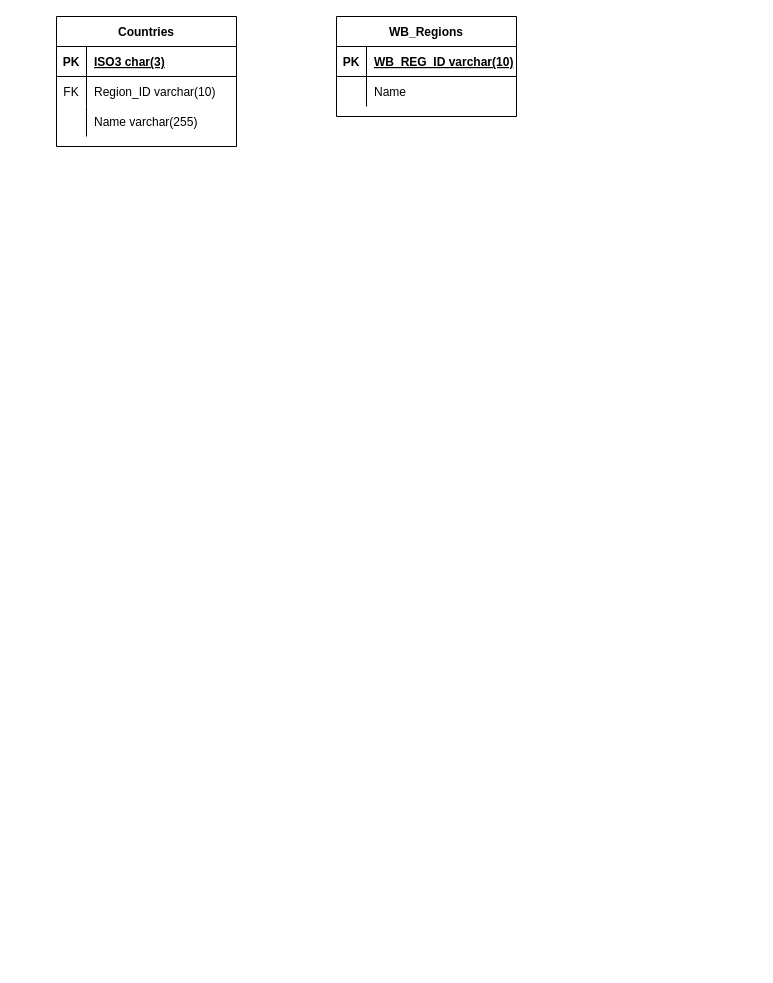
eric-martinet/Poverty_composite_indicator keeps this draw.io diagram as ERD/ERD_EM.drawio. Above is the earlier version. Source tidied: cells renumbered, new cells numbered last; positions are measured from the earlier drawing's top-left corner, leaving out a move shared by most shapes. Both pictures are drawn from the tidied source at 100%, with x=0, y=0 at pixel (56, 16).
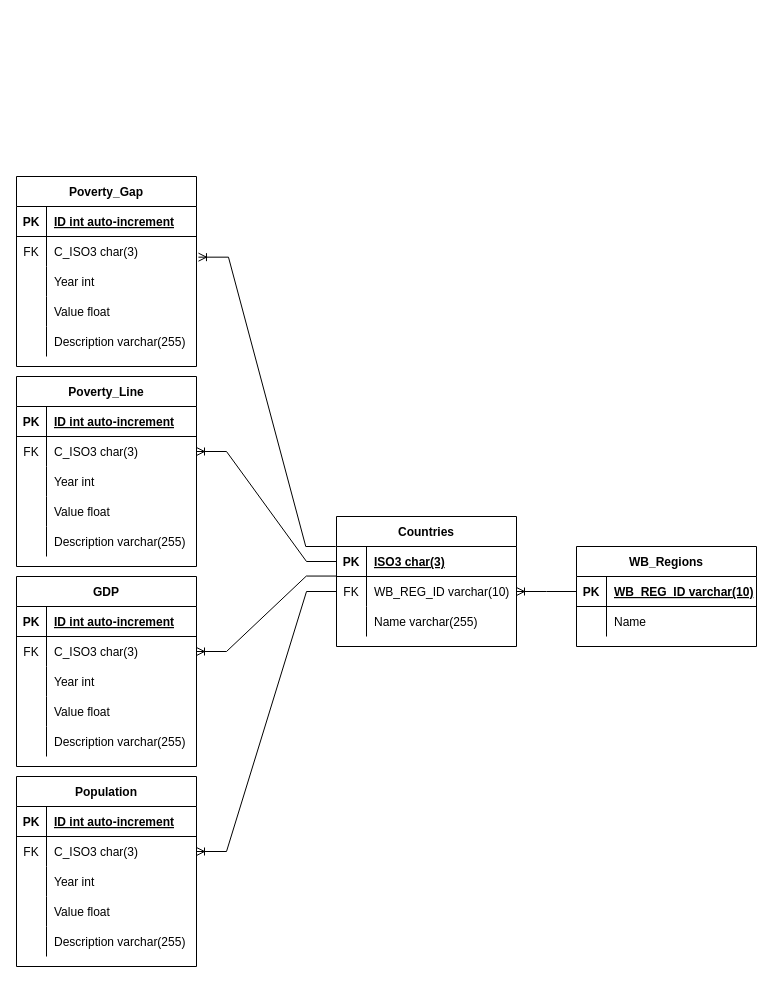
Above is the later version.

The change refers to these unchanged cells:
```xml
<mxCell id="3" style="shape=tableRow;horizontal=0;startSize=0;swimlaneHead=0;swimlaneBody=0;fillColor=none;points=[[0,0.5],[1,0.5]];portConstraint=eastwest;top=0;left=0;right=0;bottom=1;" parent="2" vertex="1">
  <mxGeometry y="30" width="180" height="30" as="geometry" />
</mxCell>
<mxCell id="6" style="shape=tableRow;horizontal=0;startSize=0;swimlaneHead=0;swimlaneBody=0;fillColor=none;points=[[0,0.5],[1,0.5]];portConstraint=eastwest;top=0;left=0;right=0;bottom=0;" parent="2" vertex="1">
  <mxGeometry y="60" width="180" height="30" as="geometry" />
</mxCell>
<mxCell id="13" style="shape=tableRow;horizontal=0;startSize=0;swimlaneHead=0;swimlaneBody=0;fillColor=none;points=[[0,0.5],[1,0.5]];portConstraint=eastwest;top=0;left=0;right=0;bottom=1;" parent="12" vertex="1">
  <mxGeometry y="30" width="180" height="30" as="geometry" />
</mxCell>
```

Diff of the diagram source:
```diff
@@
     <mxCell id="2" value="Countries" style="shape=table;startSize=30;childLayout=tableLayout;rowLines=0;fontStyle=1;align=center;" parent="1" vertex="1">
-      <mxGeometry width="180" height="130" as="geometry" />
+      <mxGeometry x="280" y="500" width="180" height="130" as="geometry" />
     </mxCell>
@@
-    <mxCell id="8" value="Region_ID varchar(10)" style="shape=partialRectangle;fillColor=none;top=0;left=0;bottom=0;right=0;align=left;spacingLeft=6;fontStyle=0;overflow=hidden;" parent="6" vertex="1">
+    <mxCell id="8" value="WB_REG_ID varchar(10)" style="shape=partialRectangle;fillColor=none;top=0;left=0;bottom=0;right=0;align=left;spacingLeft=6;fontStyle=0;overflow=hidden;" parent="6" vertex="1">
       <mxGeometry x="30" width="150" height="30" as="geometry" />
     </mxCell>
@@
     <mxCell id="12" value="WB_Regions" style="shape=table;startSize=30;childLayout=tableLayout;rowLines=0;fontStyle=1;align=center;" parent="1" vertex="1">
-      <mxGeometry x="280" width="180" height="100" as="geometry" />
+      <mxGeometry x="520" y="530" width="180" height="100" as="geometry" />
     </mxCell>
@@
+    <mxCell id="19" style="edgeStyle=entityRelationEdgeStyle;fontSize=12;html=1;endArrow=ERoneToMany;rounded=0;exitX=0;exitY=0.5;exitDx=0;exitDy=0;entryX=1;entryY=0.5;entryDx=0;entryDy=0;" parent="1" edge="1" source="13" target="6">
+      <mxGeometry relative="1" as="geometry" />
+    </mxCell>
+    <mxCell id="20" value="Poverty_Gap" style="shape=table;startSize=30;childLayout=tableLayout;rowLines=0;fontStyle=1;align=center;" parent="1" vertex="1">
+      <mxGeometry x="-40" y="160" width="180" height="190" as="geometry" />
+    </mxCell>
+    <mxCell id="21" style="shape=tableRow;horizontal=0;startSize=0;swimlaneHead=0;swimlaneBody=0;fillColor=none;top=0;left=0;right=0;bottom=1;" parent="20" vertex="1">
+      <mxGeometry y="30" width="180" height="30" as="geometry" />
+    </mxCell>
+    <mxCell id="22" value="PK" style="shape=partialRectangle;fillColor=none;top=0;left=0;bottom=0;right=0;fontStyle=1;overflow=hidden;" parent="21" vertex="1">
+      <mxGeometry width="30" height="30" as="geometry" />
+    </mxCell>
+    <mxCell id="23" value="ID int auto-increment" style="shape=partialRectangle;fillColor=none;top=0;left=0;bottom=0;right=0;align=left;spacingLeft=6;fontStyle=5;overflow=hidden;" parent="21" vertex="1">
+      <mxGeometry x="30" width="150" height="30" as="geometry" />
+    </mxCell>
+    <mxCell id="24" style="shape=tableRow;horizontal=0;startSize=0;swimlaneHead=0;swimlaneBody=0;fillColor=none;points=[[0,0.5],[1,0.5]];portConstraint=eastwest;top=0;left=0;right=0;bottom=0;" parent="20" vertex="1">
+      <mxGeometry y="60" width="180" height="30" as="geometry" />
+    </mxCell>
+    <mxCell id="25" value="FK" style="shape=partialRectangle;fillColor=none;top=0;left=0;bottom=0;right=0;fontStyle=0;overflow=hidden;" parent="24" vertex="1">
+      <mxGeometry width="30" height="30" as="geometry" />
+    </mxCell>
+    <mxCell id="26" value="C_ISO3 char(3)" style="shape=partialRectangle;fillColor=none;top=0;left=0;bottom=0;right=0;align=left;spacingLeft=6;fontStyle=0;overflow=hidden;" parent="24" vertex="1">
+      <mxGeometry x="30" width="150" height="30" as="geometry" />
+    </mxCell>
+    <mxCell id="27" style="shape=tableRow;horizontal=0;startSize=0;swimlaneHead=0;swimlaneBody=0;fillColor=none;top=0;left=0;right=0;bottom=0;" parent="20" vertex="1">
+      <mxGeometry y="90" width="180" height="30" as="geometry" />
+    </mxCell>
+    <mxCell id="28" style="shape=partialRectangle;fillColor=none;top=0;left=0;bottom=0;right=0;overflow=hidden;" parent="27" vertex="1">
+      <mxGeometry width="30" height="30" as="geometry" />
+    </mxCell>
+    <mxCell id="29" value="Year int" style="shape=partialRectangle;fillColor=none;top=0;left=0;bottom=0;right=0;align=left;spacingLeft=6;overflow=hidden;" parent="27" vertex="1">
+      <mxGeometry x="30" width="150" height="30" as="geometry" />
+    </mxCell>
+    <mxCell id="30" style="shape=tableRow;horizontal=0;startSize=0;swimlaneHead=0;swimlaneBody=0;fillColor=none;top=0;left=0;right=0;bottom=0;" parent="20" vertex="1">
+      <mxGeometry y="120" width="180" height="30" as="geometry" />
+    </mxCell>
+    <mxCell id="31" style="shape=partialRectangle;fillColor=none;top=0;left=0;bottom=0;right=0;overflow=hidden;" parent="30" vertex="1">
+      <mxGeometry width="30" height="30" as="geometry" />
+    </mxCell>
+    <mxCell id="32" value="Value float" style="shape=partialRectangle;fillColor=none;top=0;left=0;bottom=0;right=0;align=left;spacingLeft=6;overflow=hidden;" parent="30" vertex="1">
+      <mxGeometry x="30" width="150" height="30" as="geometry" />
+    </mxCell>
+    <mxCell id="33" style="shape=tableRow;horizontal=0;startSize=0;swimlaneHead=0;swimlaneBody=0;fillColor=none;top=0;left=0;right=0;bottom=0;" parent="20" vertex="1">
+      <mxGeometry y="150" width="180" height="30" as="geometry" />
+    </mxCell>
+    <mxCell id="34" style="shape=partialRectangle;fillColor=none;top=0;left=0;bottom=0;right=0;overflow=hidden;" parent="33" vertex="1">
+      <mxGeometry width="30" height="30" as="geometry" />
+    </mxCell>
+    <mxCell id="35" value="Description varchar(255)" style="shape=partialRectangle;fillColor=none;top=0;left=0;bottom=0;right=0;align=left;spacingLeft=6;overflow=hidden;" parent="33" vertex="1">
+      <mxGeometry x="30" width="150" height="30" as="geometry" />
+    </mxCell>
+    <mxCell id="36" value="Poverty_Line" style="shape=table;startSize=30;childLayout=tableLayout;rowLines=0;fontStyle=1;align=center;" parent="1" vertex="1">
+      <mxGeometry x="-40" y="360" width="180" height="190" as="geometry" />
+    </mxCell>
+    <mxCell id="37" style="shape=tableRow;horizontal=0;startSize=0;swimlaneHead=0;swimlaneBody=0;fillColor=none;top=0;left=0;right=0;bottom=1;" parent="36" vertex="1">
+      <mxGeometry y="30" width="180" height="30" as="geometry" />
+    </mxCell>
+    <mxCell id="38" value="PK" style="shape=partialRectangle;fillColor=none;top=0;left=0;bottom=0;right=0;fontStyle=1;overflow=hidden;" parent="37" vertex="1">
+      <mxGeometry width="30" height="30" as="geometry" />
+    </mxCell>
+    <mxCell id="39" value="ID int auto-increment" style="shape=partialRectangle;fillColor=none;top=0;left=0;bottom=0;right=0;align=left;spacingLeft=6;fontStyle=5;overflow=hidden;" parent="37" vertex="1">
+      <mxGeometry x="30" width="150" height="30" as="geometry" />
+    </mxCell>
+    <mxCell id="40" style="shape=tableRow;horizontal=0;startSize=0;swimlaneHead=0;swimlaneBody=0;fillColor=none;points=[[0,0.5],[1,0.5]];portConstraint=eastwest;top=0;left=0;right=0;bottom=0;" parent="36" vertex="1">
+      <mxGeometry y="60" width="180" height="30" as="geometry" />
+    </mxCell>
+    <mxCell id="41" value="FK" style="shape=partialRectangle;fillColor=none;top=0;left=0;bottom=0;right=0;fontStyle=0;overflow=hidden;" parent="40" vertex="1">
+      <mxGeometry width="30" height="30" as="geometry" />
+    </mxCell>
+    <mxCell id="42" value="C_ISO3 char(3)" style="shape=partialRectangle;fillColor=none;top=0;left=0;bottom=0;right=0;align=left;spacingLeft=6;fontStyle=0;overflow=hidden;" parent="40" vertex="1">
+      <mxGeometry x="30" width="150" height="30" as="geometry" />
+    </mxCell>
+    <mxCell id="43" style="shape=tableRow;horizontal=0;startSize=0;swimlaneHead=0;swimlaneBody=0;fillColor=none;top=0;left=0;right=0;bottom=0;" parent="36" vertex="1">
+      <mxGeometry y="90" width="180" height="30" as="geometry" />
+    </mxCell>
+    <mxCell id="44" style="shape=partialRectangle;fillColor=none;top=0;left=0;bottom=0;right=0;overflow=hidden;" parent="43" vertex="1">
+      <mxGeometry width="30" height="30" as="geometry" />
+    </mxCell>
+    <mxCell id="45" value="Year int" style="shape=partialRectangle;fillColor=none;top=0;left=0;bottom=0;right=0;align=left;spacingLeft=6;overflow=hidden;" parent="43" vertex="1">
+      <mxGeometry x="30" width="150" height="30" as="geometry" />
+    </mxCell>
+    <mxCell id="46" style="shape=tableRow;horizontal=0;startSize=0;swimlaneHead=0;swimlaneBody=0;fillColor=none;top=0;left=0;right=0;bottom=0;" parent="36" vertex="1">
+      <mxGeometry y="120" width="180" height="30" as="geometry" />
+    </mxCell>
+    <mxCell id="47" style="shape=partialRectangle;fillColor=none;top=0;left=0;bottom=0;right=0;overflow=hidden;" parent="46" vertex="1">
+      <mxGeometry width="30" height="30" as="geometry" />
+    </mxCell>
+    <mxCell id="48" value="Value float" style="shape=partialRectangle;fillColor=none;top=0;left=0;bottom=0;right=0;align=left;spacingLeft=6;overflow=hidden;" parent="46" vertex="1">
+      <mxGeometry x="30" width="150" height="30" as="geometry" />
+    </mxCell>
+    <mxCell id="49" style="shape=tableRow;horizontal=0;startSize=0;swimlaneHead=0;swimlaneBody=0;fillColor=none;top=0;left=0;right=0;bottom=0;" parent="36" vertex="1">
+      <mxGeometry y="150" width="180" height="30" as="geometry" />
+    </mxCell>
+    <mxCell id="50" style="shape=partialRectangle;fillColor=none;top=0;left=0;bottom=0;right=0;overflow=hidden;" parent="49" vertex="1">
+      <mxGeometry width="30" height="30" as="geometry" />
+    </mxCell>
+    <mxCell id="51" value="Description varchar(255)" style="shape=partialRectangle;fillColor=none;top=0;left=0;bottom=0;right=0;align=left;spacingLeft=6;overflow=hidden;" parent="49" vertex="1">
+      <mxGeometry x="30" width="150" height="30" as="geometry" />
+    </mxCell>
+    <mxCell id="52" value="Population" style="shape=table;startSize=30;childLayout=tableLayout;rowLines=0;fontStyle=1;align=center;" parent="1" vertex="1">
+      <mxGeometry x="-40" y="760" width="180" height="190" as="geometry" />
+    </mxCell>
+    <mxCell id="53" style="shape=tableRow;horizontal=0;startSize=0;swimlaneHead=0;swimlaneBody=0;fillColor=none;top=0;left=0;right=0;bottom=1;" parent="52" vertex="1">
+      <mxGeometry y="30" width="180" height="30" as="geometry" />
+    </mxCell>
+    <mxCell id="54" value="PK" style="shape=partialRectangle;fillColor=none;top=0;left=0;bottom=0;right=0;fontStyle=1;overflow=hidden;" parent="53" vertex="1">
+      <mxGeometry width="30" height="30" as="geometry" />
+    </mxCell>
+    <mxCell id="55" value="ID int auto-increment" style="shape=partialRectangle;fillColor=none;top=0;left=0;bottom=0;right=0;align=left;spacingLeft=6;fontStyle=5;overflow=hidden;" parent="53" vertex="1">
+      <mxGeometry x="30" width="150" height="30" as="geometry" />
+    </mxCell>
+    <mxCell id="56" style="shape=tableRow;horizontal=0;startSize=0;swimlaneHead=0;swimlaneBody=0;fillColor=none;points=[[0,0.5],[1,0.5]];portConstraint=eastwest;top=0;left=0;right=0;bottom=0;" parent="52" vertex="1">
+      <mxGeometry y="60" width="180" height="30" as="geometry" />
+    </mxCell>
+    <mxCell id="57" value="FK" style="shape=partialRectangle;fillColor=none;top=0;left=0;bottom=0;right=0;fontStyle=0;overflow=hidden;" parent="56" vertex="1">
+      <mxGeometry width="30" height="30" as="geometry" />
+    </mxCell>
+    <mxCell id="58" value="C_ISO3 char(3)" style="shape=partialRectangle;fillColor=none;top=0;left=0;bottom=0;right=0;align=left;spacingLeft=6;fontStyle=0;overflow=hidden;" parent="56" vertex="1">
+      <mxGeometry x="30" width="150" height="30" as="geometry" />
+    </mxCell>
+    <mxCell id="59" style="shape=tableRow;horizontal=0;startSize=0;swimlaneHead=0;swimlaneBody=0;fillColor=none;top=0;left=0;right=0;bottom=0;" parent="52" vertex="1">
+      <mxGeometry y="90" width="180" height="30" as="geometry" />
+    </mxCell>
+    <mxCell id="60" style="shape=partialRectangle;fillColor=none;top=0;left=0;bottom=0;right=0;overflow=hidden;" parent="59" vertex="1">
+      <mxGeometry width="30" height="30" as="geometry" />
+    </mxCell>
+    <mxCell id="61" value="Year int" style="shape=partialRectangle;fillColor=none;top=0;left=0;bottom=0;right=0;align=left;spacingLeft=6;overflow=hidden;" parent="59" vertex="1">
+      <mxGeometry x="30" width="150" height="30" as="geometry" />
+    </mxCell>
+    <mxCell id="62" style="shape=tableRow;horizontal=0;startSize=0;swimlaneHead=0;swimlaneBody=0;fillColor=none;top=0;left=0;right=0;bottom=0;" parent="52" vertex="1">
+      <mxGeometry y="120" width="180" height="30" as="geometry" />
+    </mxCell>
+    <mxCell id="63" style="shape=partialRectangle;fillColor=none;top=0;left=0;bottom=0;right=0;overflow=hidden;" parent="62" vertex="1">
+      <mxGeometry width="30" height="30" as="geometry" />
+    </mxCell>
+    <mxCell id="64" value="Value float" style="shape=partialRectangle;fillColor=none;top=0;left=0;bottom=0;right=0;align=left;spacingLeft=6;overflow=hidden;" parent="62" vertex="1">
+      <mxGeometry x="30" width="150" height="30" as="geometry" />
+    </mxCell>
+    <mxCell id="65" style="shape=tableRow;horizontal=0;startSize=0;swimlaneHead=0;swimlaneBody=0;fillColor=none;top=0;left=0;right=0;bottom=0;" parent="52" vertex="1">
+      <mxGeometry y="150" width="180" height="30" as="geometry" />
+    </mxCell>
+    <mxCell id="66" style="shape=partialRectangle;fillColor=none;top=0;left=0;bottom=0;right=0;overflow=hidden;" parent="65" vertex="1">
+      <mxGeometry width="30" height="30" as="geometry" />
+    </mxCell>
+    <mxCell id="67" value="Description varchar(255)" style="shape=partialRectangle;fillColor=none;top=0;left=0;bottom=0;right=0;align=left;spacingLeft=6;overflow=hidden;" parent="65" vertex="1">
+      <mxGeometry x="30" width="150" height="30" as="geometry" />
+    </mxCell>
+    <mxCell id="68" value="GDP" style="shape=table;startSize=30;childLayout=tableLayout;rowLines=0;fontStyle=1;align=center;" parent="1" vertex="1">
+      <mxGeometry x="-40" y="560" width="180" height="190" as="geometry" />
+    </mxCell>
+    <mxCell id="69" style="shape=tableRow;horizontal=0;startSize=0;swimlaneHead=0;swimlaneBody=0;fillColor=none;top=0;left=0;right=0;bottom=1;" parent="68" vertex="1">
+      <mxGeometry y="30" width="180" height="30" as="geometry" />
+    </mxCell>
+    <mxCell id="70" value="PK" style="shape=partialRectangle;fillColor=none;top=0;left=0;bottom=0;right=0;fontStyle=1;overflow=hidden;" parent="69" vertex="1">
+      <mxGeometry width="30" height="30" as="geometry" />
+    </mxCell>
+    <mxCell id="71" value="ID int auto-increment" style="shape=partialRectangle;fillColor=none;top=0;left=0;bottom=0;right=0;align=left;spacingLeft=6;fontStyle=5;overflow=hidden;" parent="69" vertex="1">
+      <mxGeometry x="30" width="150" height="30" as="geometry" />
+    </mxCell>
+    <mxCell id="72" style="shape=tableRow;horizontal=0;startSize=0;swimlaneHead=0;swimlaneBody=0;fillColor=none;points=[[0,0.5],[1,0.5]];portConstraint=eastwest;top=0;left=0;right=0;bottom=0;" parent="68" vertex="1">
+      <mxGeometry y="60" width="180" height="30" as="geometry" />
+    </mxCell>
+    <mxCell id="73" value="FK" style="shape=partialRectangle;fillColor=none;top=0;left=0;bottom=0;right=0;fontStyle=0;overflow=hidden;" parent="72" vertex="1">
+      <mxGeometry width="30" height="30" as="geometry" />
+    </mxCell>
+    <mxCell id="74" value="C_ISO3 char(3)" style="shape=partialRectangle;fillColor=none;top=0;left=0;bottom=0;right=0;align=left;spacingLeft=6;fontStyle=0;overflow=hidden;" parent="72" vertex="1">
+      <mxGeometry x="30" width="150" height="30" as="geometry" />
+    </mxCell>
+    <mxCell id="75" style="shape=tableRow;horizontal=0;startSize=0;swimlaneHead=0;swimlaneBody=0;fillColor=none;top=0;left=0;right=0;bottom=0;" parent="68" vertex="1">
+      <mxGeometry y="90" width="180" height="30" as="geometry" />
+    </mxCell>
+    <mxCell id="76" style="shape=partialRectangle;fillColor=none;top=0;left=0;bottom=0;right=0;overflow=hidden;" parent="75" vertex="1">
+      <mxGeometry width="30" height="30" as="geometry" />
+    </mxCell>
+    <mxCell id="77" value="Year int" style="shape=partialRectangle;fillColor=none;top=0;left=0;bottom=0;right=0;align=left;spacingLeft=6;overflow=hidden;" parent="75" vertex="1">
+      <mxGeometry x="30" width="150" height="30" as="geometry" />
+    </mxCell>
+    <mxCell id="78" style="shape=tableRow;horizontal=0;startSize=0;swimlaneHead=0;swimlaneBody=0;fillColor=none;top=0;left=0;right=0;bottom=0;" parent="68" vertex="1">
+      <mxGeometry y="120" width="180" height="30" as="geometry" />
+    </mxCell>
+    <mxCell id="79" style="shape=partialRectangle;fillColor=none;top=0;left=0;bottom=0;right=0;overflow=hidden;" parent="78" vertex="1">
+      <mxGeometry width="30" height="30" as="geometry" />
+    </mxCell>
+    <mxCell id="80" value="Value float" style="shape=partialRectangle;fillColor=none;top=0;left=0;bottom=0;right=0;align=left;spacingLeft=6;overflow=hidden;" parent="78" vertex="1">
+      <mxGeometry x="30" width="150" height="30" as="geometry" />
+    </mxCell>
+    <mxCell id="81" style="shape=tableRow;horizontal=0;startSize=0;swimlaneHead=0;swimlaneBody=0;fillColor=none;top=0;left=0;right=0;bottom=0;" parent="68" vertex="1">
+      <mxGeometry y="150" width="180" height="30" as="geometry" />
+    </mxCell>
+    <mxCell id="82" style="shape=partialRectangle;fillColor=none;top=0;left=0;bottom=0;right=0;overflow=hidden;" parent="81" vertex="1">
+      <mxGeometry width="30" height="30" as="geometry" />
+    </mxCell>
+    <mxCell id="83" value="Description varchar(255)" style="shape=partialRectangle;fillColor=none;top=0;left=0;bottom=0;right=0;align=left;spacingLeft=6;overflow=hidden;" parent="81" vertex="1">
+      <mxGeometry x="30" width="150" height="30" as="geometry" />
+    </mxCell>
+    <mxCell id="84" style="edgeStyle=entityRelationEdgeStyle;fontSize=12;html=1;endArrow=ERoneToMany;rounded=0;exitX=-0.004;exitY=0;exitDx=0;exitDy=0;entryX=1.011;entryY=0.689;entryDx=0;entryDy=0;entryPerimeter=0;exitPerimeter=0;" parent="1" edge="1" source="3" target="24">
+      <mxGeometry relative="1" as="geometry" />
+    </mxCell>
+    <mxCell id="85" style="edgeStyle=entityRelationEdgeStyle;fontSize=12;html=1;endArrow=ERoneToMany;rounded=0;exitX=0;exitY=0.5;exitDx=0;exitDy=0;entryX=1;entryY=0.5;entryDx=0;entryDy=0;" parent="1" edge="1" source="3" target="40">
+      <mxGeometry relative="1" as="geometry" />
+    </mxCell>
+    <mxCell id="86" style="edgeStyle=entityRelationEdgeStyle;fontSize=12;html=1;endArrow=ERoneToMany;rounded=0;entryX=1;entryY=0.5;entryDx=0;entryDy=0;exitX=-0.001;exitY=0.985;exitDx=0;exitDy=0;exitPerimeter=0;" parent="1" edge="1" source="3" target="72">
+      <mxGeometry relative="1" as="geometry" />
+    </mxCell>
+    <mxCell id="87" style="edgeStyle=entityRelationEdgeStyle;fontSize=12;html=1;endArrow=ERoneToMany;rounded=0;entryX=1;entryY=0.5;entryDx=0;entryDy=0;exitX=0;exitY=0.5;exitDx=0;exitDy=0;" parent="1" edge="1" source="6" target="56">
+      <mxGeometry relative="1" as="geometry" />
+    </mxCell>
```
